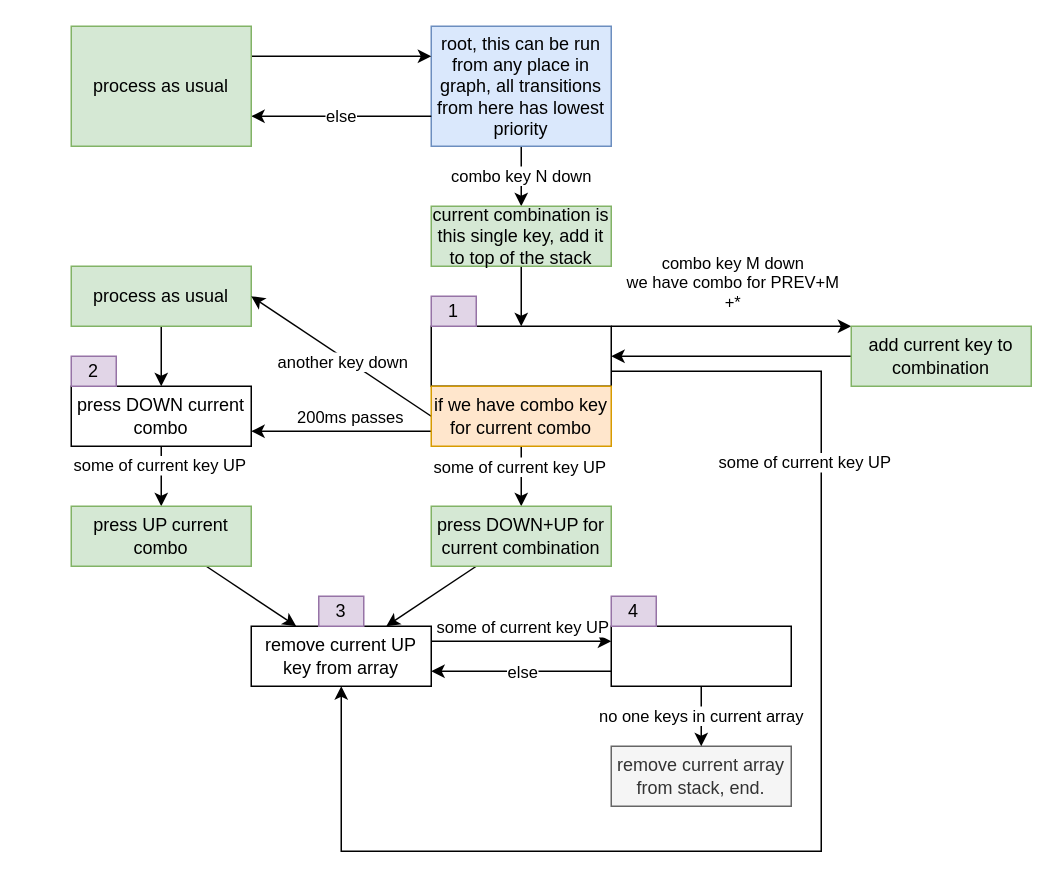
The draw.io diagram Untitled Diagram.drawio in optozorax/moonlander, before the edit. Source tidied: cells renumbered, new cells numbered last; positions are measured from the earlier drawing's top-left corner, leaving out a move shared by most shapes. Both pictures are drawn from the tidied source at 150%, with x=0, y=0 at pixel (70, 26).
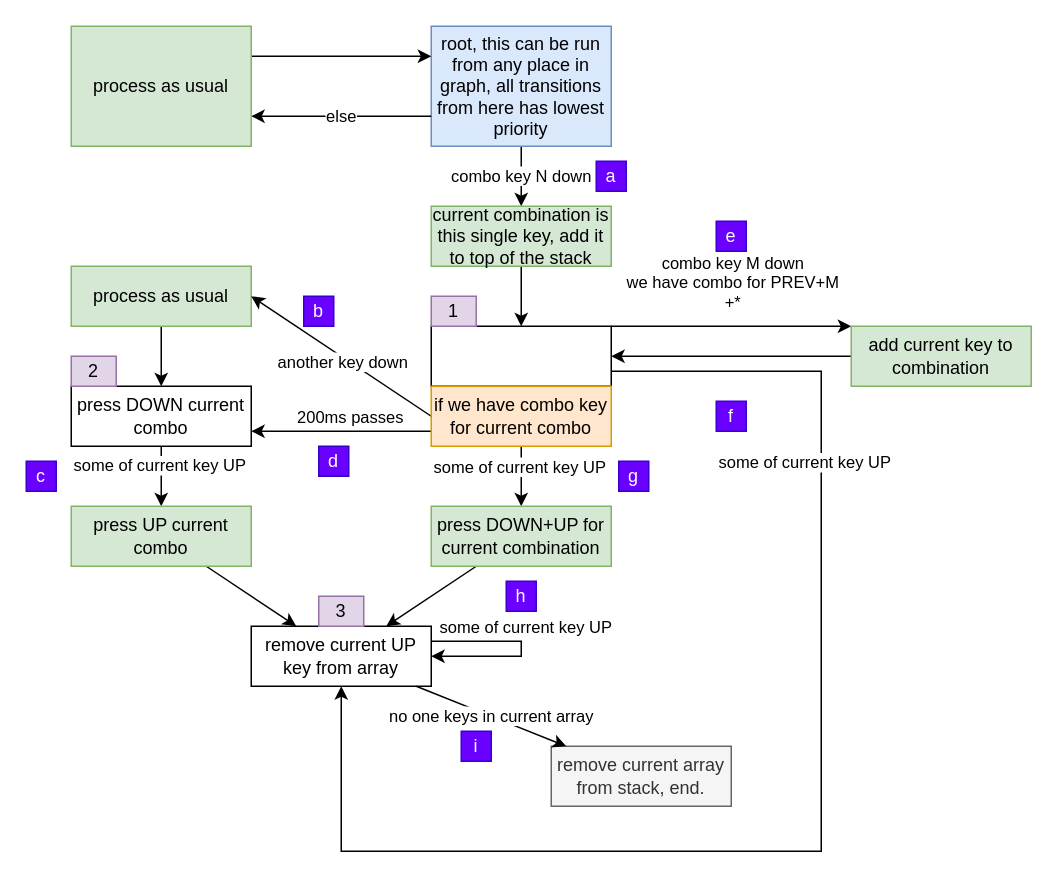
Above is the later version.

The change refers to these unchanged cells:
```xml
<mxCell id="10" value="remove current UP key from array" style="rounded=0;whiteSpace=wrap;html=1;" parent="1" vertex="1">
  <mxGeometry x="120" y="400" width="120" height="40" as="geometry" />
</mxCell>
```

What changed in the source:
```diff
@@
     <mxCell id="4" value="remove current array from stack, end." style="rounded=0;whiteSpace=wrap;html=1;fillColor=#f5f5f5;strokeColor=#666666;fontColor=#333333;" parent="1" vertex="1">
-      <mxGeometry x="360" y="480" width="120" height="40" as="geometry" />
+      <mxGeometry x="320" y="480" width="120" height="40" as="geometry" />
     </mxCell>
@@
-    <mxCell id="8" style="edgeStyle=none;rounded=0;jettySize=auto;html=1;entryX=0;entryY=0.25;entryDx=0;entryDy=0;exitX=1;exitY=0.25;exitDx=0;exitDy=0;" parent="1" edge="1" source="10" target="14">
-      <mxGeometry relative="1" as="geometry" />
+    <mxCell id="8" style="edgeStyle=orthogonalEdgeStyle;rounded=0;orthogonalLoop=1;jettySize=auto;html=1;entryX=1;entryY=0.5;entryDx=0;entryDy=0;exitX=1;exitY=0.25;exitDx=0;exitDy=0;" parent="1" edge="1" source="10" target="10">
+      <mxGeometry relative="1" as="geometry">
+        <Array as="points">
+          <mxPoint x="300" y="410" />
+          <mxPoint x="300" y="420" />
+        </Array>
+      </mxGeometry>
     </mxCell>
@@
-    <mxCell id="11" style="edgeStyle=none;rounded=0;jettySize=auto;html=1;exitX=0;exitY=0.75;exitDx=0;exitDy=0;entryX=1;entryY=0.75;entryDx=0;entryDy=0;" parent="1" edge="1" source="14" target="10">
-      <mxGeometry relative="1" as="geometry" />
-    </mxCell>
-    <mxCell id="12" value="else" style="edgeLabel;html=1;align=center;verticalAlign=middle;" parent="11" vertex="1">
-      <mxGeometry x="0.32" y="1" relative="1" as="geometry">
-        <mxPoint x="19" y="-1" as="offset" />
-      </mxGeometry>
-    </mxCell>
-    <mxCell id="13" value="no one keys in current array" style="edgeStyle=none;rounded=0;jettySize=auto;html=1;" parent="1" edge="1" source="14" target="4">
+    <mxCell id="13" value="no one keys in current array" style="edgeStyle=none;rounded=0;jettySize=auto;html=1;" parent="1" edge="1" source="10" target="4">
       <mxGeometry relative="1" as="geometry" />
     </mxCell>
-    <mxCell id="14" style="rounded=0;whiteSpace=wrap;html=1;" parent="1" vertex="1">
-      <mxGeometry x="360" y="400" width="120" height="40" as="geometry" />
-    </mxCell>
@@
-    <mxCell id="42" value="4" style="rounded=0;whiteSpace=wrap;html=1;fillColor=#e1d5e7;strokeColor=#9673a6;" parent="1" vertex="1">
-      <mxGeometry x="360" y="380" width="30" height="20" as="geometry" />
-    </mxCell>
@@
+    <mxCell id="44" value="a" style="rounded=0;whiteSpace=wrap;html=1;fillColor=#6a00ff;strokeColor=#3700CC;fontColor=#ffffff;" parent="1" vertex="1">
+      <mxGeometry x="350" y="90" width="20" height="20" as="geometry" />
+    </mxCell>
+    <mxCell id="45" value="b" style="rounded=0;whiteSpace=wrap;html=1;fillColor=#6a00ff;strokeColor=#3700CC;fontColor=#ffffff;" parent="1" vertex="1">
+      <mxGeometry x="155" y="180" width="20" height="20" as="geometry" />
+    </mxCell>
+    <mxCell id="46" value="d" style="rounded=0;whiteSpace=wrap;html=1;fillColor=#6a00ff;strokeColor=#3700CC;fontColor=#ffffff;" parent="1" vertex="1">
+      <mxGeometry x="165" y="280" width="20" height="20" as="geometry" />
+    </mxCell>
+    <mxCell id="47" value="c" style="rounded=0;whiteSpace=wrap;html=1;fillColor=#6a00ff;strokeColor=#3700CC;fontColor=#ffffff;" parent="1" vertex="1">
+      <mxGeometry x="-30" y="290" width="20" height="20" as="geometry" />
+    </mxCell>
+    <mxCell id="48" value="e" style="rounded=0;whiteSpace=wrap;html=1;fillColor=#6a00ff;strokeColor=#3700CC;fontColor=#ffffff;" parent="1" vertex="1">
+      <mxGeometry x="430" y="130" width="20" height="20" as="geometry" />
+    </mxCell>
+    <mxCell id="49" value="f" style="rounded=0;whiteSpace=wrap;html=1;fillColor=#6a00ff;strokeColor=#3700CC;fontColor=#ffffff;" parent="1" vertex="1">
+      <mxGeometry x="430" y="250" width="20" height="20" as="geometry" />
+    </mxCell>
+    <mxCell id="50" value="g" style="rounded=0;whiteSpace=wrap;html=1;fillColor=#6a00ff;strokeColor=#3700CC;fontColor=#ffffff;" parent="1" vertex="1">
+      <mxGeometry x="365" y="290" width="20" height="20" as="geometry" />
+    </mxCell>
+    <mxCell id="51" value="h" style="rounded=0;whiteSpace=wrap;html=1;fillColor=#6a00ff;strokeColor=#3700CC;fontColor=#ffffff;" parent="1" vertex="1">
+      <mxGeometry x="290" y="370" width="20" height="20" as="geometry" />
+    </mxCell>
+    <mxCell id="52" value="i" style="rounded=0;whiteSpace=wrap;html=1;fillColor=#6a00ff;strokeColor=#3700CC;fontColor=#ffffff;" parent="1" vertex="1">
+      <mxGeometry x="260" y="470" width="20" height="20" as="geometry" />
+    </mxCell>
```
